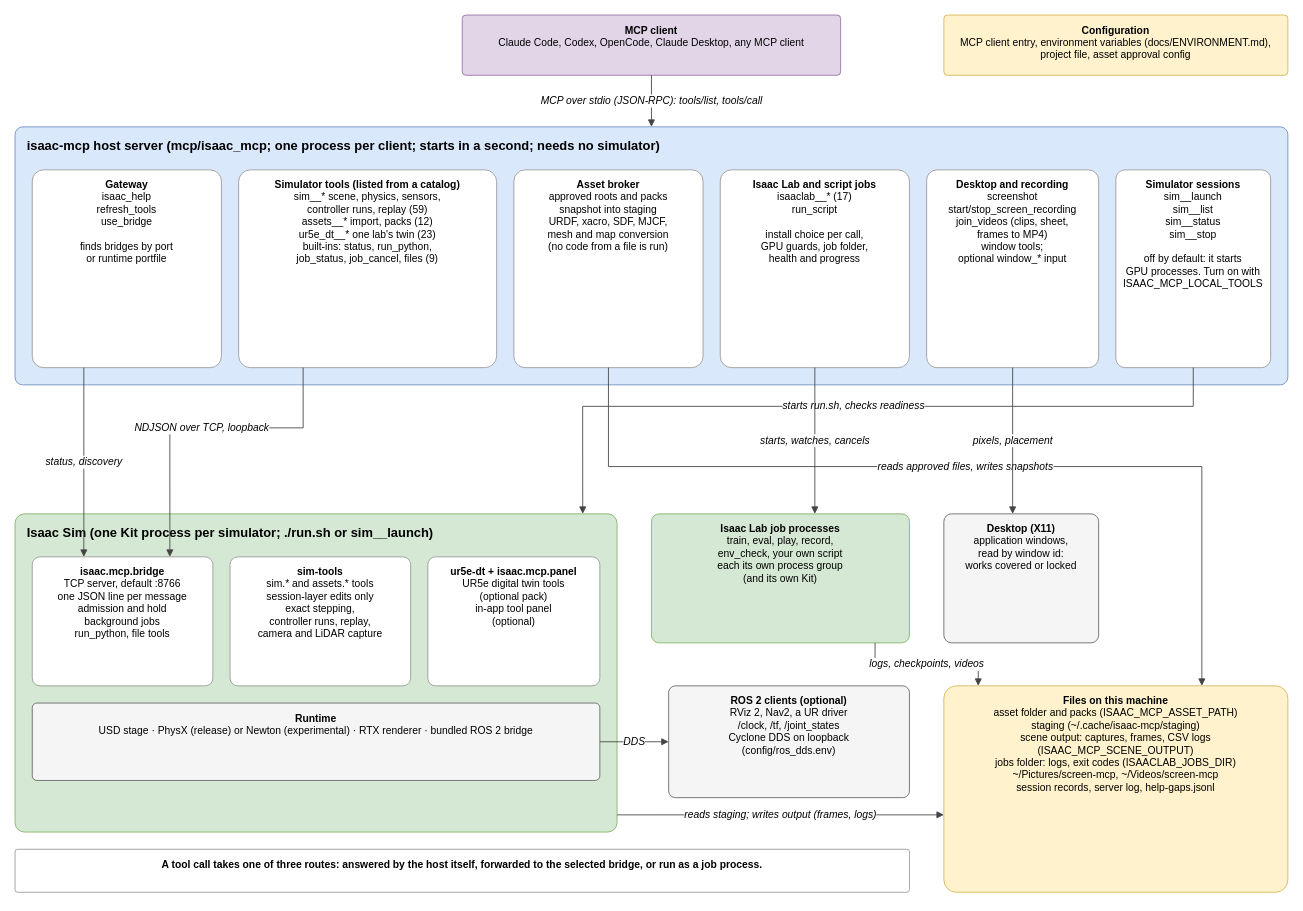
kalebcoleman/isaac-mcp keeps this draw.io diagram as docs/architecture.drawio. Above is the earlier version. Source tidied: cells renumbered, new cells numbered last; positions are measured from the earlier drawing's top-left corner, leaving out a move shared by most shapes. Both pictures are drawn from the tidied source at 86%, with x=0, y=0 at pixel (15, 15).
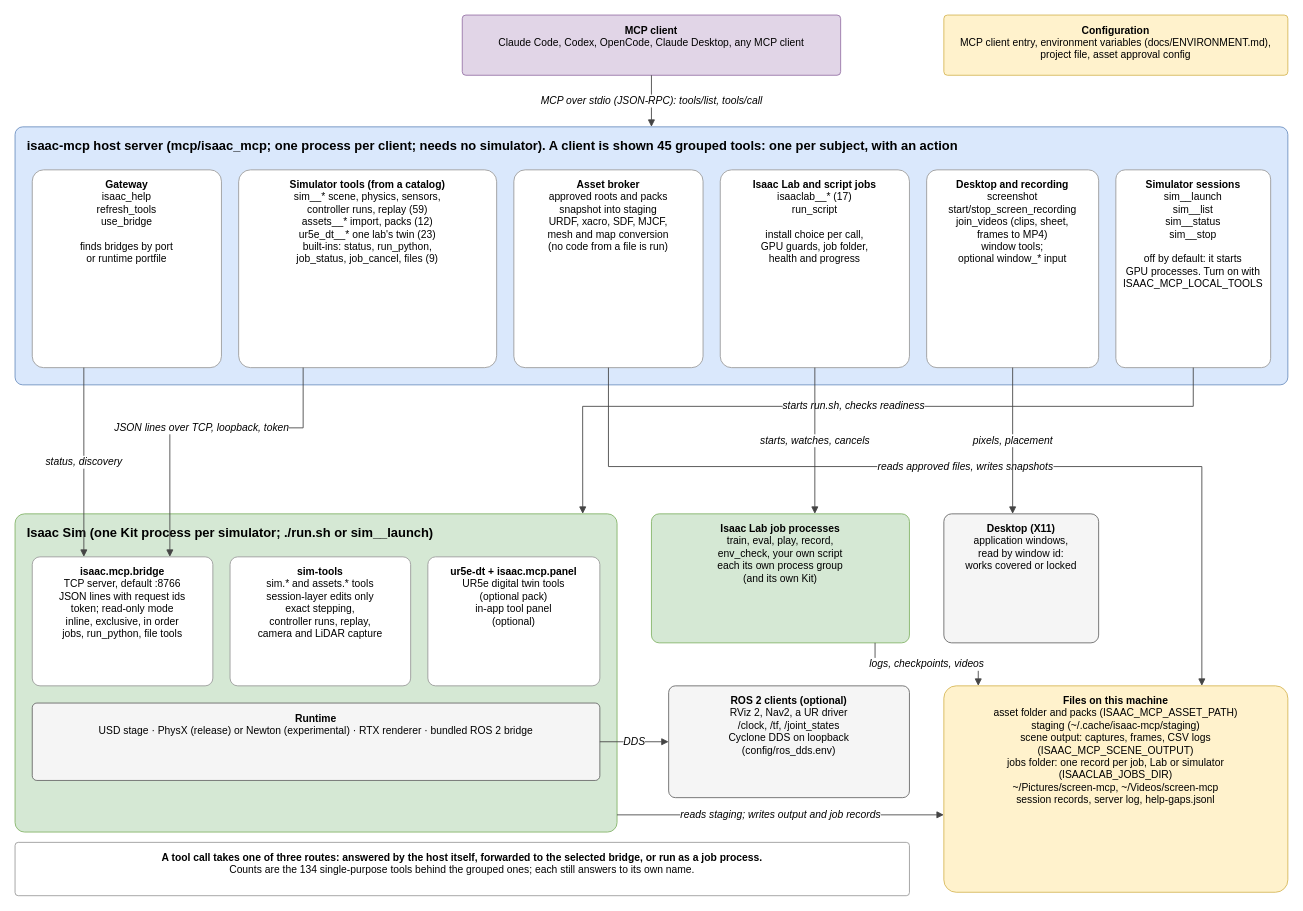
After the change.

The change refers to these unchanged cells:
```xml
<mxCell id="11" value="&lt;b&gt;Isaac Sim  (one Kit process per simulator; ./run.sh or sim__launch)&lt;/b&gt;" style="rounded=1;arcSize=3;whiteSpace=wrap;html=1;fillColor=#d5e8d4;strokeColor=#82b366;verticalAlign=top;align=left;spacingLeft=12;spacingTop=6;fontSize=15;" parent="1" vertex="1">
  <mxGeometry y="580" width="700" height="370" as="geometry" />
</mxCell>
```

Diff of the diagram source:
```diff
@@
-    <mxCell id="4" value="&lt;b&gt;isaac-mcp host server  (mcp/isaac_mcp; one process per client; starts in a second; needs no simulator)&lt;/b&gt;" style="rounded=1;arcSize=3;whiteSpace=wrap;html=1;fillColor=#dae8fc;strokeColor=#6c8ebf;verticalAlign=top;align=left;spacingLeft=12;spacingTop=6;fontSize=15;" parent="1" vertex="1">
+    <mxCell id="4" value="&lt;b&gt;isaac-mcp host server  (mcp/isaac_mcp; one process per client; needs no simulator).  A client is shown 45 grouped tools: one per subject, with an action&lt;/b&gt;" style="rounded=1;arcSize=3;whiteSpace=wrap;html=1;fillColor=#dae8fc;strokeColor=#6c8ebf;verticalAlign=top;align=left;spacingLeft=12;spacingTop=6;fontSize=15;" parent="1" vertex="1">
       <mxGeometry y="130" width="1480" height="300" as="geometry" />
     </mxCell>
@@
-    <mxCell id="6" value="&lt;b&gt;Simulator tools (listed from a catalog)&lt;/b&gt;&lt;br&gt;sim__*  scene, physics, sensors,&lt;br&gt;  controller runs, replay  (59)&lt;br&gt;assets__*  import, packs  (12)&lt;br&gt;ur5e_dt__*  one lab&amp;#x27;s twin  (23)&lt;br&gt;built-ins: status, run_python,&lt;br&gt;  job_status, job_cancel, files  (9)" style="rounded=1;arcSize=6;whiteSpace=wrap;html=1;fillColor=#ffffff;strokeColor=#999999;verticalAlign=top;spacingTop=4;fontSize=12;" parent="1" vertex="1">
+    <mxCell id="6" value="&lt;b&gt;Simulator tools (from a catalog)&lt;/b&gt;&lt;br&gt;sim__*  scene, physics, sensors,&lt;br&gt;  controller runs, replay  (59)&lt;br&gt;assets__*  import, packs  (12)&lt;br&gt;ur5e_dt__*  one lab&amp;#x27;s twin  (23)&lt;br&gt;built-ins: status, run_python,&lt;br&gt;  job_status, job_cancel, files  (9)" style="rounded=1;arcSize=6;whiteSpace=wrap;html=1;fillColor=#ffffff;strokeColor=#999999;verticalAlign=top;spacingTop=4;fontSize=12;" parent="1" vertex="1">
       <mxGeometry x="260" y="180" width="300" height="230" as="geometry" />
     </mxCell>
@@
-    <mxCell id="12" value="&lt;b&gt;isaac.mcp.bridge&lt;/b&gt;&lt;br&gt;TCP server, default :8766&lt;br&gt;one JSON line per message&lt;br&gt;admission and hold&lt;br&gt;background jobs&lt;br&gt;run_python, file tools" style="rounded=1;arcSize=6;whiteSpace=wrap;html=1;fillColor=#ffffff;strokeColor=#999999;verticalAlign=top;spacingTop=4;fontSize=12;" parent="1" vertex="1">
+    <mxCell id="12" value="&lt;b&gt;isaac.mcp.bridge&lt;/b&gt;&lt;br&gt;TCP server, default :8766&lt;br&gt;JSON lines with request ids&lt;br&gt;token; read-only mode&lt;br&gt;inline, exclusive, in order&lt;br&gt;jobs, run_python, file tools" style="rounded=1;arcSize=6;whiteSpace=wrap;html=1;fillColor=#ffffff;strokeColor=#999999;verticalAlign=top;spacingTop=4;fontSize=12;" parent="1" vertex="1">
       <mxGeometry x="20" y="630" width="210" height="150" as="geometry" />
     </mxCell>
@@
-    <mxCell id="19" value="&lt;b&gt;Files on this machine&lt;/b&gt;&lt;br&gt;asset folder and packs  (ISAAC_MCP_ASSET_PATH)&lt;br&gt;staging  (~/.cache/isaac-mcp/staging)&lt;br&gt;scene output: captures, frames, CSV logs&lt;br&gt;  (ISAAC_MCP_SCENE_OUTPUT)&lt;br&gt;jobs folder: logs, exit codes  (ISAACLAB_JOBS_DIR)&lt;br&gt;~/Pictures/screen-mcp, ~/Videos/screen-mcp&lt;br&gt;session records, server log, help-gaps.jsonl" style="rounded=1;arcSize=6;whiteSpace=wrap;html=1;fillColor=#fff2cc;strokeColor=#d6b656;verticalAlign=top;spacingTop=4;fontSize=12;" parent="1" vertex="1">
+    <mxCell id="19" value="&lt;b&gt;Files on this machine&lt;/b&gt;&lt;br&gt;asset folder and packs  (ISAAC_MCP_ASSET_PATH)&lt;br&gt;staging  (~/.cache/isaac-mcp/staging)&lt;br&gt;scene output: captures, frames, CSV logs&lt;br&gt;  (ISAAC_MCP_SCENE_OUTPUT)&lt;br&gt;jobs folder: one record per job, Lab or simulator&lt;br&gt;  (ISAACLAB_JOBS_DIR)&lt;br&gt;~/Pictures/screen-mcp, ~/Videos/screen-mcp&lt;br&gt;session records, server log, help-gaps.jsonl" style="rounded=1;arcSize=6;whiteSpace=wrap;html=1;fillColor=#fff2cc;strokeColor=#d6b656;verticalAlign=top;spacingTop=4;fontSize=12;" parent="1" vertex="1">
       <mxGeometry x="1080" y="780" width="400" height="240" as="geometry" />
     </mxCell>
-    <mxCell id="20" value="&lt;b&gt;A tool call takes one of three routes: answered by the host itself, forwarded to the selected bridge, or run as a job process.&lt;/b&gt;&lt;br&gt;" style="rounded=1;arcSize=6;whiteSpace=wrap;html=1;fillColor=#ffffff;strokeColor=#999999;verticalAlign=top;spacingTop=4;fontSize=12;" parent="1" vertex="1">
-      <mxGeometry y="970" width="1040" height="50" as="geometry" />
+    <mxCell id="20" value="&lt;b&gt;A tool call takes one of three routes: answered by the host itself, forwarded to the selected bridge, or run as a job process.&lt;/b&gt;&lt;br&gt;Counts are the 134 single-purpose tools behind the grouped ones; each still answers to its own name." style="rounded=1;arcSize=6;whiteSpace=wrap;html=1;fillColor=#ffffff;strokeColor=#999999;verticalAlign=top;spacingTop=4;fontSize=12;" parent="1" vertex="1">
+      <mxGeometry y="962" width="1040" height="62" as="geometry" />
     </mxCell>
@@
-    <mxCell id="23" value="NDJSON over TCP, loopback" style="edgeStyle=none;rounded=0;html=1;endArrow=block;strokeColor=#444444;fontSize=12;fontStyle=2;labelBackgroundColor=#ffffff;exitX=0.25;exitY=1;exitDx=0;exitDy=0;entryX=0.762;entryY=0;entryDx=0;entryDy=0;" parent="1" edge="1" source="6" target="12">
+    <mxCell id="23" value="JSON lines over TCP, loopback, token" style="edgeStyle=none;rounded=0;html=1;endArrow=block;strokeColor=#444444;fontSize=12;fontStyle=2;labelBackgroundColor=#ffffff;exitX=0.25;exitY=1;exitDx=0;exitDy=0;entryX=0.762;entryY=0;entryDx=0;entryDy=0;" parent="1" edge="1" source="6" target="12">
       <mxGeometry relative="1" as="geometry">
         <Array as="points">
           <mxPoint x="335" y="480" />
           <mxPoint x="180" y="480" />
         </Array>
       </mxGeometry>
     </mxCell>
@@
-    <mxCell id="29" value="reads staging; writes output (frames, logs)" style="edgeStyle=none;rounded=0;html=1;endArrow=block;strokeColor=#444444;fontSize=12;fontStyle=2;labelBackgroundColor=#ffffff;exitX=1;exitY=0.946;exitDx=0;exitDy=0;entryX=0;entryY=0.625;entryDx=0;entryDy=0;" parent="1" edge="1" source="11" target="19">
+    <mxCell id="29" value="reads staging; writes output and job records" style="edgeStyle=none;rounded=0;html=1;endArrow=block;strokeColor=#444444;fontSize=12;fontStyle=2;labelBackgroundColor=#ffffff;exitX=1;exitY=0.946;exitDx=0;exitDy=0;entryX=0;entryY=0.625;entryDx=0;entryDy=0;" parent="1" edge="1" source="11" target="19">
       <mxGeometry relative="1" as="geometry" />
     </mxCell>
```
